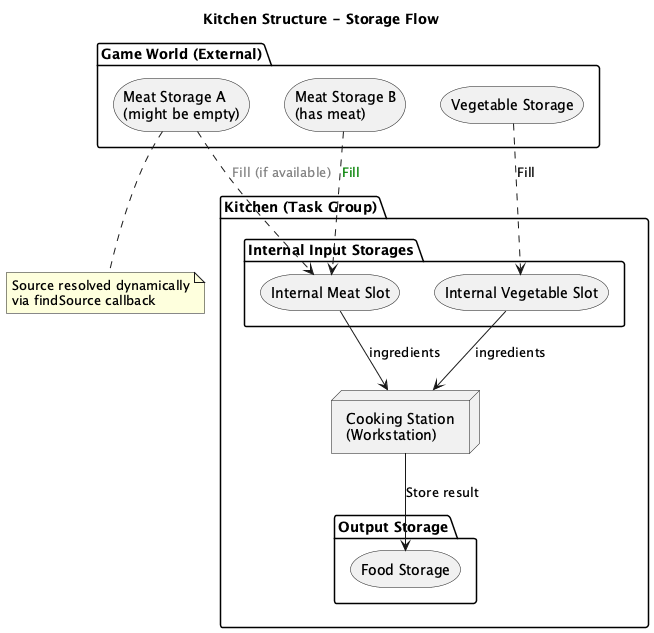
Earlier version of the PlantUML export uml/kitchen_structure.png (labelle-toolkit/labelle-tasks). The source it was exported from:
```plantuml
@startuml kitchen_structure
title Kitchen Structure - Storage Flow

package "Game World (External)" {
  storage "Meat Storage A\n(might be empty)" as meat_a
  storage "Meat Storage B\n(has meat)" as meat_b
  storage "Vegetable Storage" as veg_ext
}

package "Kitchen (Task Group)" {
  package "Internal Input Storages" {
    storage "Internal Meat Slot" as meat_internal
    storage "Internal Vegetable Slot" as veg_internal
  }

  node "Cooking Station\n(Workstation)" as cooking

  package "Output Storage" {
    storage "Food Storage" as food_out
  }
}

meat_a ..> meat_internal : <color:gray>Fill (if available)</color>
meat_b ..> meat_internal : <color:green>Fill</color>
veg_ext ..> veg_internal : Fill

meat_internal --> cooking : ingredients
veg_internal --> cooking : ingredients
cooking --> food_out : Store result

note bottom of meat_a
  Source resolved dynamically
  via findSource callback
end note

@enduml
```
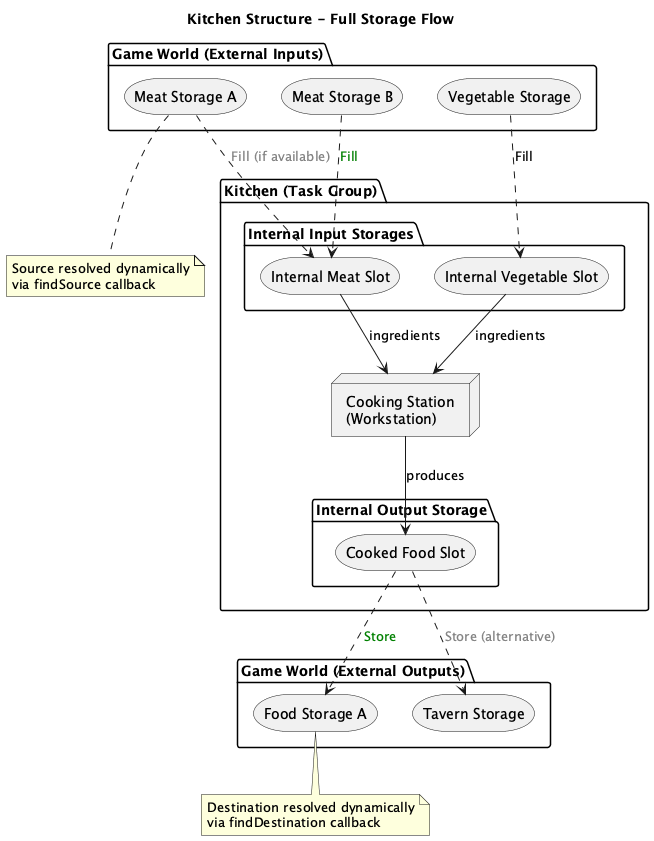
Later version of the same file.

Commit message:
Add internal output storage and Store step flow

The edit, as a diff of the source:
```diff
@@ -1,9 +1,9 @@
 @startuml kitchen_structure
-title Kitchen Structure - Storage Flow
+title Kitchen Structure - Full Storage Flow
 
-package "Game World (External)" {
-  storage "Meat Storage A\n(might be empty)" as meat_a
-  storage "Meat Storage B\n(has meat)" as meat_b
+package "Game World (External Inputs)" {
+  storage "Meat Storage A" as meat_a
+  storage "Meat Storage B" as meat_b
   storage "Vegetable Storage" as veg_ext
 }
 
@@ -15,9 +15,14 @@
 
   node "Cooking Station\n(Workstation)" as cooking
 
-  package "Output Storage" {
-    storage "Food Storage" as food_out
+  package "Internal Output Storage" {
+    storage "Cooked Food Slot" as food_internal
   }
+}
+
+package "Game World (External Outputs)" {
+  storage "Food Storage A" as food_a
+  storage "Tavern Storage" as tavern
 }
 
 meat_a ..> meat_internal : <color:gray>Fill (if available)</color>
@@ -26,11 +31,19 @@
 
 meat_internal --> cooking : ingredients
 veg_internal --> cooking : ingredients
-cooking --> food_out : Store result
+cooking --> food_internal : produces
+
+food_internal ..> food_a : <color:green>Store</color>
+food_internal ..> tavern : <color:gray>Store (alternative)</color>
 
 note bottom of meat_a
   Source resolved dynamically
   via findSource callback
 end note
 
+note bottom of food_a
+  Destination resolved dynamically
+  via findDestination callback
+end note
+
 @enduml
```
